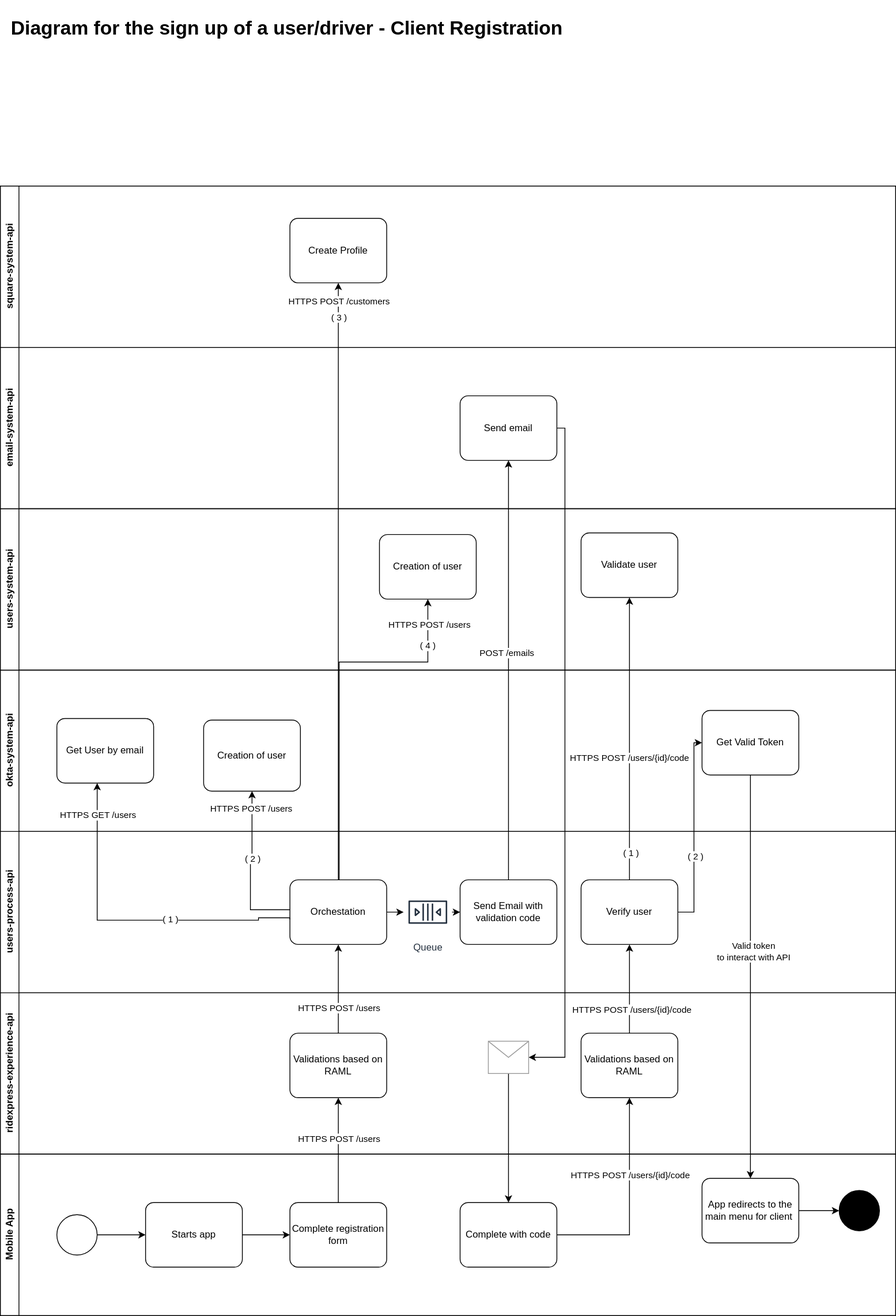
RideXpress/docs keeps this draw.io diagram as architecture/diagrams/use-cases/sign-up-user-use-case.drawio.svg. Above is the earlier version. Source tidied: cells renumbered, new cells last; positions are measured from the earlier drawing's top-left corner, leaving out a move shared by most shapes.
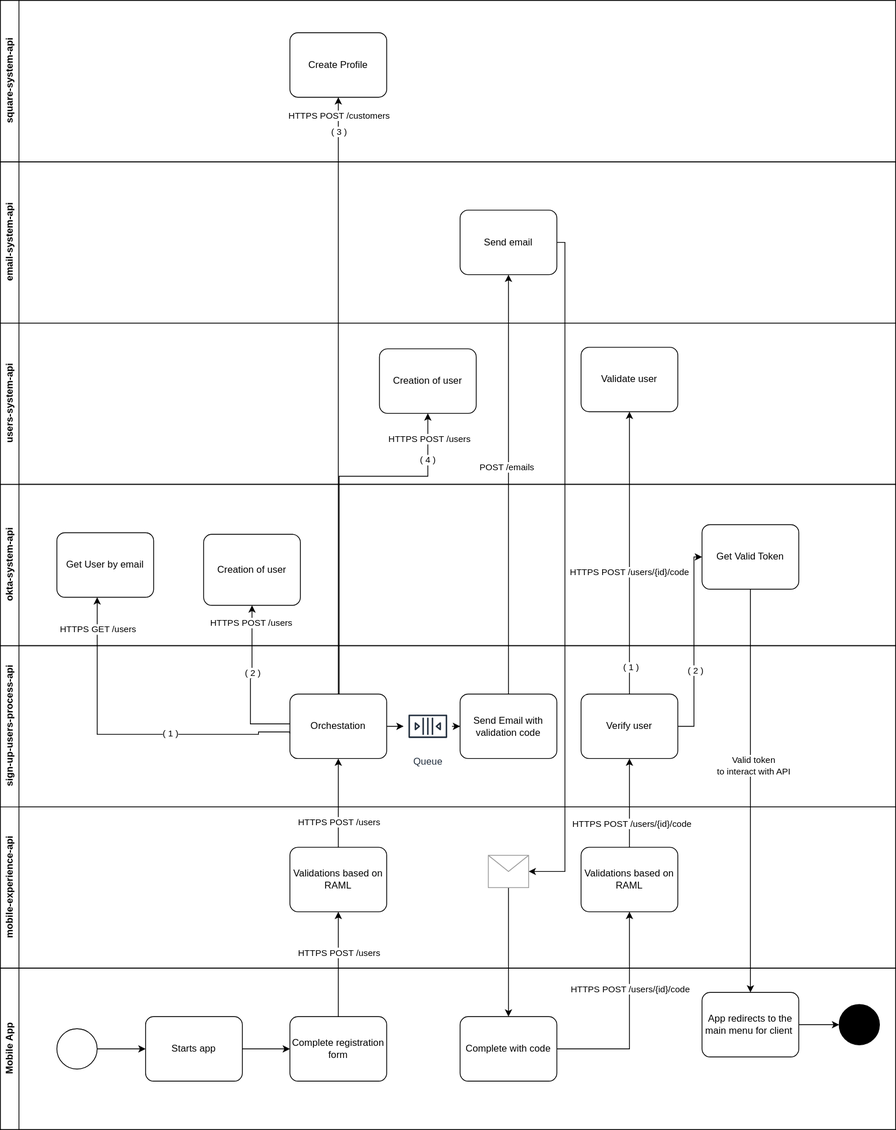
After the change.

The edit, as a diff of the source:
```diff
@@ -2,7 +2,7 @@
   <root>
     <mxCell id="0" />
     <mxCell id="1" parent="0" />
-    <mxCell id="2" value="ridexpress-experience-api" style="swimlane;horizontal=0;whiteSpace=wrap;html=1;" parent="1" vertex="1">
+    <mxCell id="2" value="mobile-experience-api" style="swimlane;horizontal=0;whiteSpace=wrap;html=1;" parent="1" vertex="1">
       <mxGeometry y="1230" width="1110" height="200" as="geometry" />
     </mxCell>
     <mxCell id="3" value="Validations based on RAML" style="points=[[0.25,0,0],[0.5,0,0],[0.75,0,0],[1,0.25,0],[1,0.5,0],[1,0.75,0],[0.75,1,0],[0.5,1,0],[0.25,1,0],[0,0.75,0],[0,0.5,0],[0,0.25,0]];shape=mxgraph.bpmn.task;whiteSpace=wrap;rectStyle=rounded;size=10;html=1;taskMarker=abstract;" parent="2" vertex="1">
@@ -49,7 +49,7 @@
         <mxPoint x="-3" y="-12" as="offset" />
       </mxGeometry>
     </mxCell>
-    <mxCell id="17" value="users-process-api" style="swimlane;horizontal=0;whiteSpace=wrap;html=1;" parent="1" vertex="1">
+    <mxCell id="17" value="sign-up-users-process-api" style="swimlane;horizontal=0;whiteSpace=wrap;html=1;" parent="1" vertex="1">
       <mxGeometry y="1030" width="1110" height="200" as="geometry" />
     </mxCell>
     <mxCell id="18" style="edgeStyle=orthogonalEdgeStyle;rounded=0;jettySize=auto;html=1;entryX=0;entryY=0.5;entryDx=0;entryDy=0;entryPerimeter=0;" parent="17" edge="1" source="23" target="20">
@@ -223,9 +223,6 @@
     <mxCell id="59" value="( 2 )" style="edgeLabel;html=1;align=center;verticalAlign=middle;" parent="58" vertex="1">
       <mxGeometry x="-0.25" y="-1" relative="1" as="geometry" />
     </mxCell>
-    <mxCell id="60" value="&lt;h1&gt;Diagram for the sign up of a user/driver - Client Registration&lt;br&gt;&lt;/h1&gt;" style="text;html=1;align=center;verticalAlign=middle;strokeColor=none;fillColor=none;" parent="1" vertex="1">
-      <mxGeometry width="710" height="70" as="geometry" />
-    </mxCell>
     <mxCell id="61" value="square-system-api" style="swimlane;horizontal=0;whiteSpace=wrap;html=1;" parent="1" vertex="1">
       <mxGeometry y="230" width="1110" height="200" as="geometry" />
     </mxCell>
```
